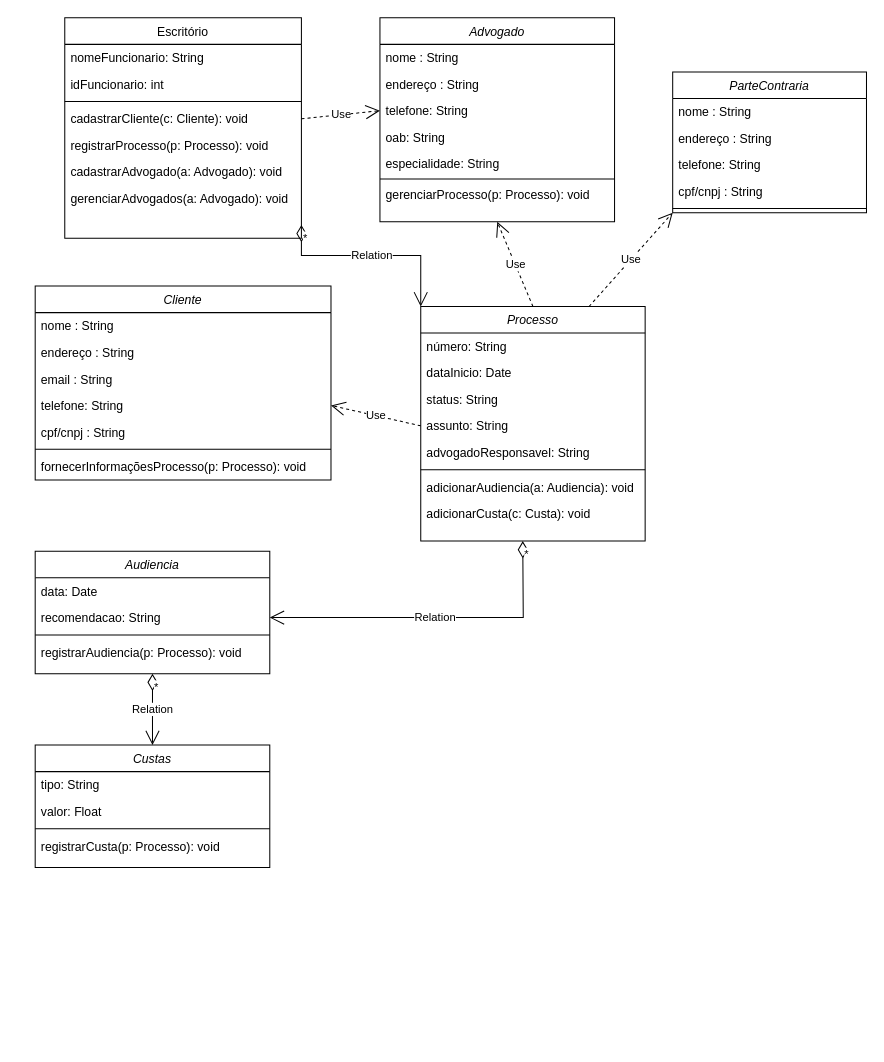
iasmim-b/POO-Java keeps this draw.io diagram as Diagrama sem nome.drawio. Above is the earlier version. Source tidied: cells renumbered, new cells numbered last; positions are measured from the earlier drawing's top-left corner, leaving out a move shared by most shapes. Both pictures are drawn from the tidied source at 102%, with x=0, y=0 at pixel (35, 17).
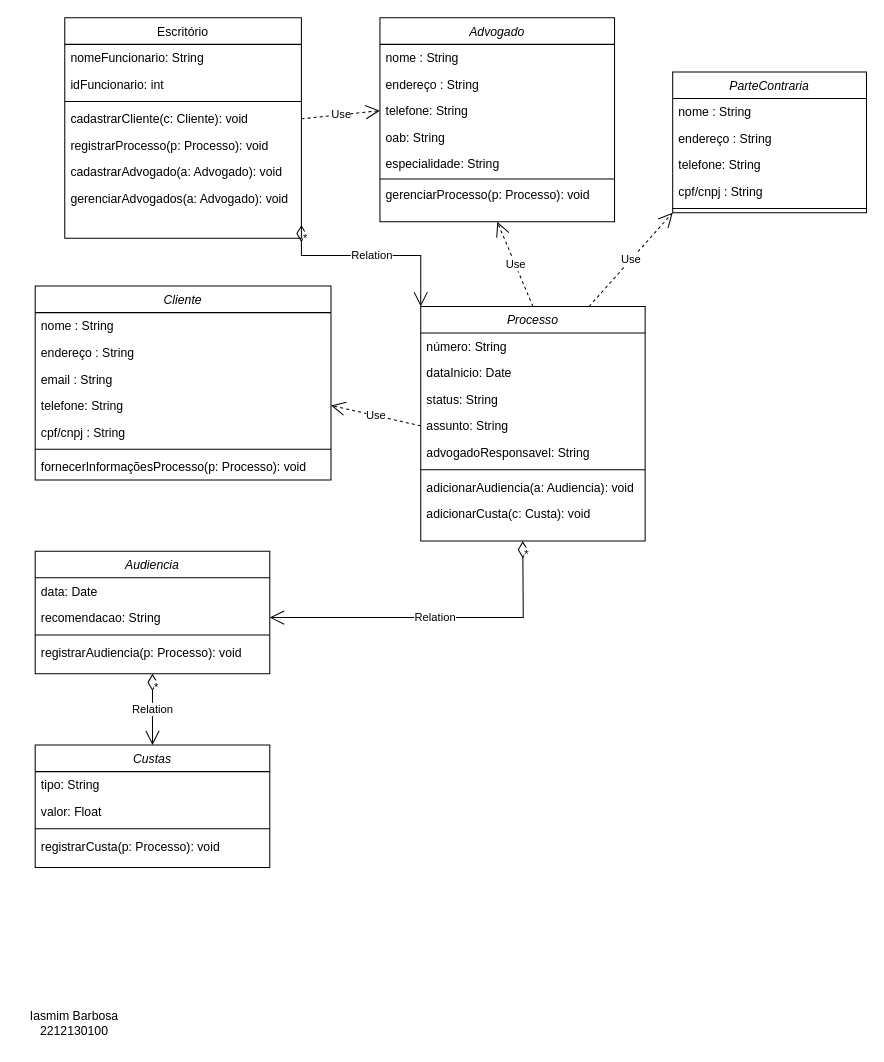
The same diagram, later.

Diff of the diagram source:
```diff
@@
+    <mxCell id="62" value="Iasmim Barbosa&lt;div&gt;2212130100&lt;/div&gt;" style="text;html=1;align=center;verticalAlign=middle;strokeColor=none;fillColor=none;" parent="1" vertex="1">
+      <mxGeometry x="-17" y="966" width="110" height="40" as="geometry" />
+    </mxCell>
```
